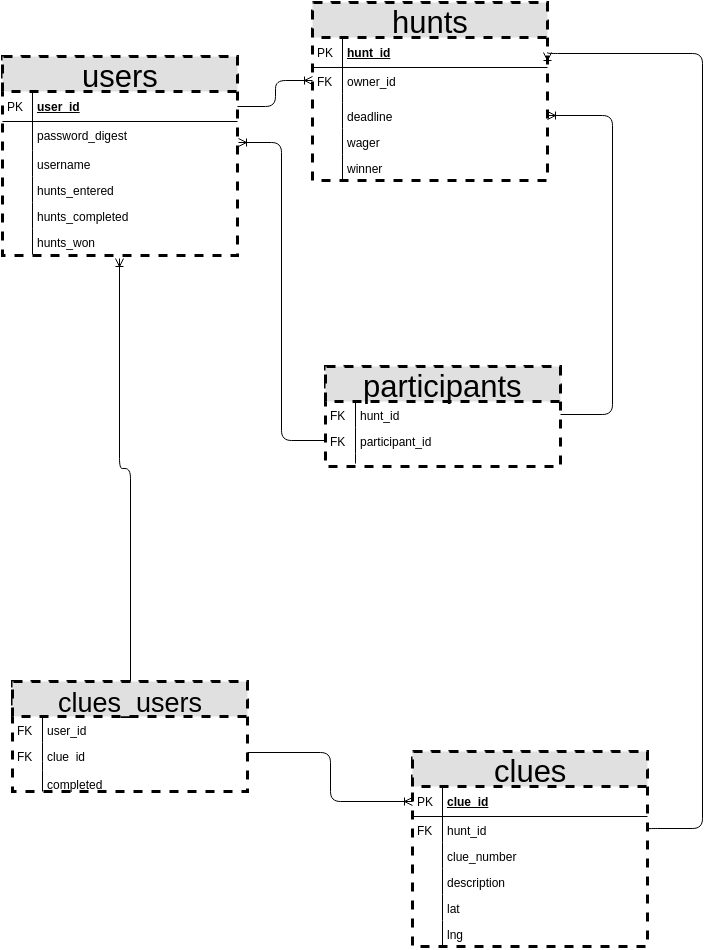
Above: scavenger_erd.png in dropTHATdatabase/project3 (draw.io), before the change. Source tidied: cells renumbered, new cells last; positions are measured from the earlier drawing's top-left corner, leaving out a move shared by most shapes.
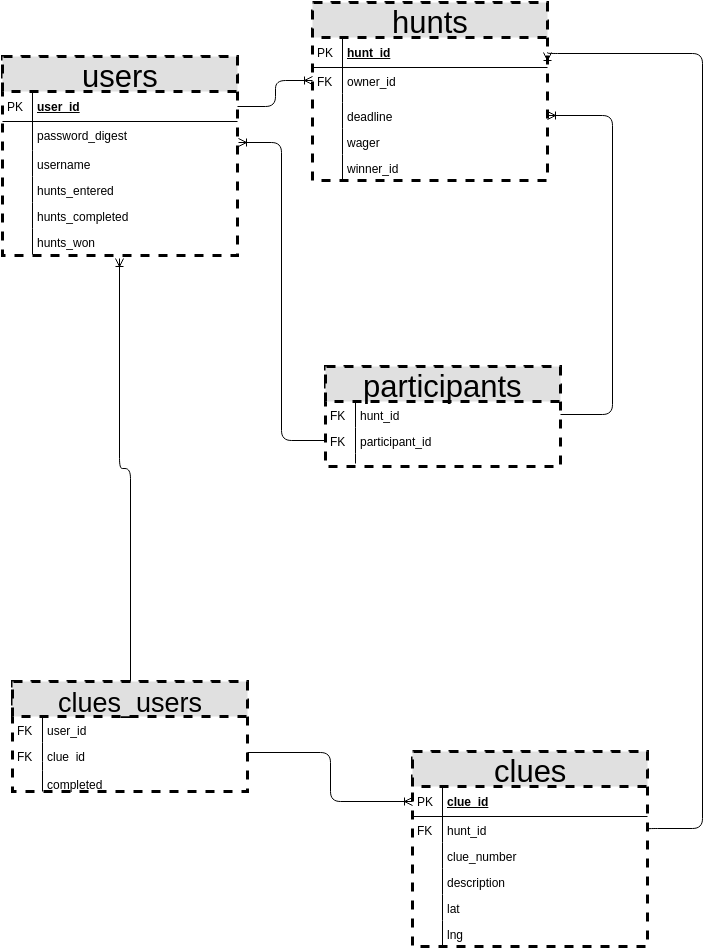
Later version of the same file.

Commit message:
Changes winner to winner_id in the hunts table

Change to the diagram source:
```diff
@@ -74,7 +74,7 @@
     <mxCell id="25" style="shape=partialRectangle;top=0;left=0;bottom=0;html=1;fillColor=none;align=left;verticalAlign=top;spacingLeft=4;spacingRight=4;whiteSpace=wrap;overflow=hidden;" parent="24" vertex="1">
       <mxGeometry width="30" height="26" as="geometry" />
     </mxCell>
-    <mxCell id="26" value="winner" style="shape=partialRectangle;top=0;left=0;right=0;bottom=0;html=1;align=left;verticalAlign=top;fillColor=none;spacingLeft=34;spacingRight=4;whiteSpace=wrap;overflow=hidden;" parent="15" vertex="1">
+    <mxCell id="26" value="winner_id" style="shape=partialRectangle;top=0;left=0;right=0;bottom=0;html=1;align=left;verticalAlign=top;fillColor=none;spacingLeft=34;spacingRight=4;whiteSpace=wrap;overflow=hidden;" parent="15" vertex="1">
       <mxGeometry y="152" width="235" height="26" as="geometry" />
     </mxCell>
     <mxCell id="27" style="shape=partialRectangle;top=0;left=0;bottom=0;html=1;fillColor=none;align=left;verticalAlign=top;spacingLeft=4;spacingRight=4;whiteSpace=wrap;overflow=hidden;" parent="26" vertex="1">
```
